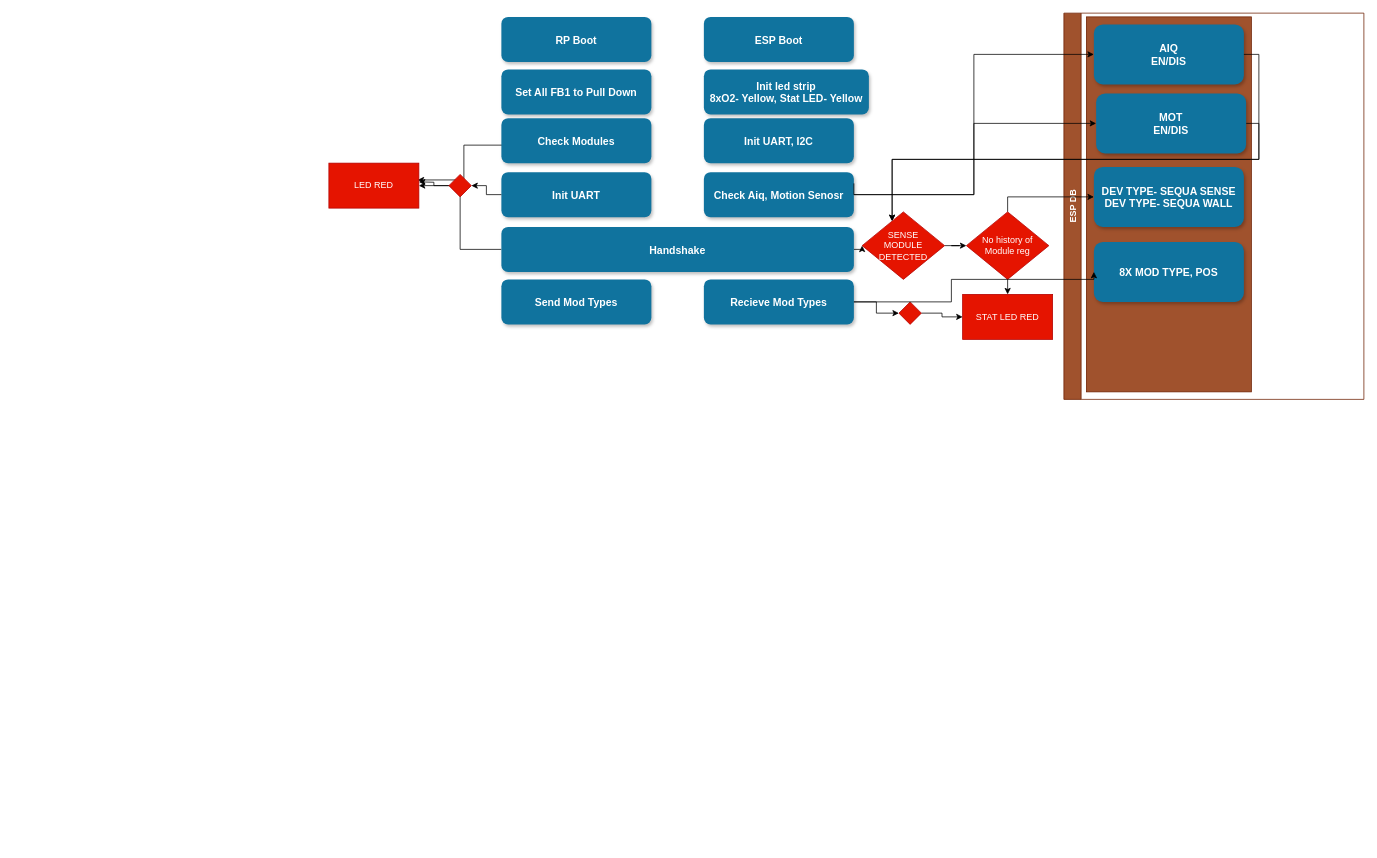
The draw.io diagram page "2-OP_Seq" (2 of 2) of SW_HW_Architecure.drawio in AlwaysHOmeOnline/SmartWallThing, before the edit. Source tidied: cells renumbered, new cells numbered last; positions are measured from the earlier drawing's top-left corner, leaving out a move shared by most shapes. Both pictures are drawn from the tidied source at 75%, with x=0, y=0 at pixel (328, 13).
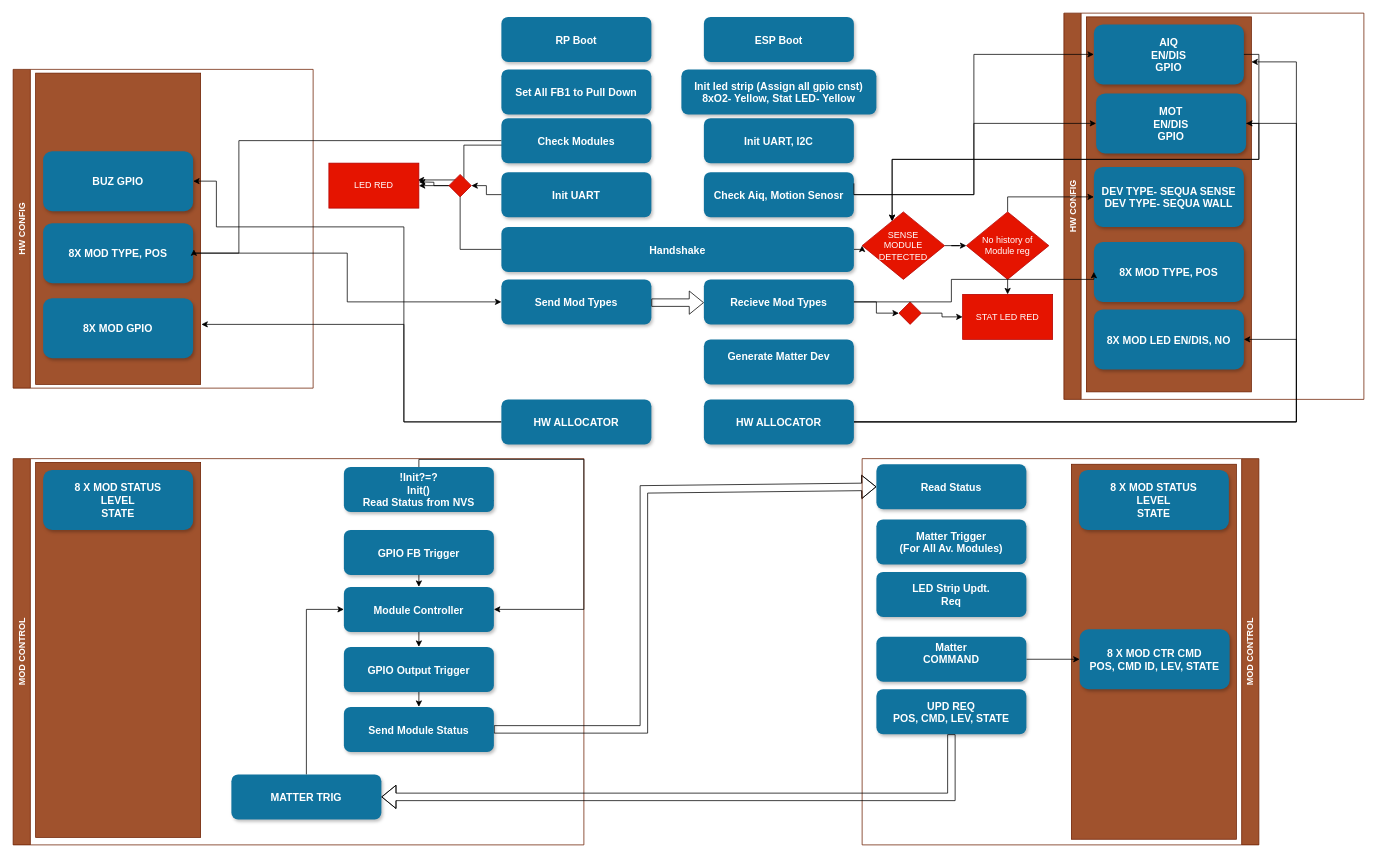
Above is the later version.

Unchanged cells that the change refers to:
```xml
<mxCell id="12" value="Check Modules" style="rounded=1;fillColor=#10739E;strokeColor=none;shadow=1;gradientColor=none;fontStyle=1;fontColor=#FFFFFF;fontSize=14;" parent="1" vertex="1">
  <mxGeometry x="230" y="140" width="200" height="60" as="geometry" />
</mxCell>
<mxCell id="22" value="Send Mod Types" style="rounded=1;fillColor=#10739E;strokeColor=none;shadow=1;gradientColor=none;fontStyle=1;fontColor=#FFFFFF;fontSize=14;" parent="1" vertex="1">
  <mxGeometry x="230" y="355" width="200" height="60" as="geometry" />
</mxCell>
```

What changed in the source:
```diff
@@
-    <mxCell id="13" value="Init led strip&#10;8xO2- Yellow, Stat LED- Yellow" style="rounded=1;fillColor=#10739E;strokeColor=none;shadow=1;gradientColor=none;fontStyle=1;fontColor=#FFFFFF;fontSize=14;" parent="1" vertex="1">
-      <mxGeometry x="500" y="75" width="220" height="60" as="geometry" />
+    <mxCell id="13" value="Init led strip (Assign all gpio cnst)&#10;8xO2- Yellow, Stat LED- Yellow" style="rounded=1;fillColor=#10739E;strokeColor=none;shadow=1;gradientColor=none;fontStyle=1;fontColor=#FFFFFF;fontSize=14;" parent="1" vertex="1">
+      <mxGeometry x="470" y="75" width="260" height="60" as="geometry" />
     </mxCell>
@@
-    <mxCell id="15" value="ESP DB" style="swimlane;horizontal=0;whiteSpace=wrap;html=1;fillColor=#a0522d;strokeColor=#6D1F00;fontColor=#ffffff;" parent="1" vertex="1">
+    <mxCell id="15" value="HW CONFIG" style="swimlane;horizontal=0;whiteSpace=wrap;html=1;fillColor=#a0522d;strokeColor=#6D1F00;fontColor=#ffffff;" parent="1" vertex="1">
       <mxGeometry x="980" width="400" height="515" as="geometry" />
     </mxCell>
@@
-    <mxCell id="17" value="AIQ&#10;EN/DIS" style="rounded=1;fillColor=#10739E;strokeColor=none;shadow=1;gradientColor=none;fontStyle=1;fontColor=#FFFFFF;fontSize=14;" parent="15" vertex="1">
+    <mxCell id="17" value="AIQ&#10;EN/DIS&#10;GPIO" style="rounded=1;fillColor=#10739E;strokeColor=none;shadow=1;gradientColor=none;fontStyle=1;fontColor=#FFFFFF;fontSize=14;" parent="15" vertex="1">
       <mxGeometry x="40" y="15" width="200" height="80" as="geometry" />
     </mxCell>
@@
-    <mxCell id="21" value="MOT&#10;EN/DIS" style="rounded=1;fillColor=#10739E;strokeColor=none;shadow=1;gradientColor=none;fontStyle=1;fontColor=#FFFFFF;fontSize=14;" parent="1" vertex="1">
+    <mxCell id="21" value="MOT&#10;EN/DIS&#10;GPIO" style="rounded=1;fillColor=#10739E;strokeColor=none;shadow=1;gradientColor=none;fontStyle=1;fontColor=#FFFFFF;fontSize=14;" parent="1" vertex="1">
       <mxGeometry x="1023" y="107" width="200" height="80" as="geometry" />
     </mxCell>
@@
+    <mxCell id="40" value="MOD CONTROL" style="swimlane;horizontal=0;whiteSpace=wrap;html=1;fillColor=#a0522d;strokeColor=#6D1F00;fontColor=#ffffff;" parent="1" vertex="1">
+      <mxGeometry x="-421" y="594" width="761" height="515" as="geometry" />
+    </mxCell>
+    <mxCell id="41" style="rounded=0;whiteSpace=wrap;html=1;fillColor=#a0522d;fontColor=#ffffff;strokeColor=#6D1F00;" parent="40" vertex="1">
+      <mxGeometry x="30" y="5" width="220" height="500" as="geometry" />
+    </mxCell>
+    <mxCell id="42" value="8 X MOD STATUS&#10;LEVEL&#10;STATE" style="rounded=1;fillColor=#10739E;strokeColor=none;shadow=1;gradientColor=none;fontStyle=1;fontColor=#FFFFFF;fontSize=14;" parent="40" vertex="1">
+      <mxGeometry x="40" y="15" width="200" height="80" as="geometry" />
+    </mxCell>
+    <mxCell id="43" value="GPIO FB Trigger" style="rounded=1;fillColor=#10739E;strokeColor=none;shadow=1;gradientColor=none;fontStyle=1;fontColor=#FFFFFF;fontSize=14;" parent="40" vertex="1">
+      <mxGeometry x="441" y="95" width="200" height="60" as="geometry" />
+    </mxCell>
+    <mxCell id="44" value="MATTER TRIG" style="rounded=1;fillColor=#10739E;strokeColor=none;shadow=1;gradientColor=none;fontStyle=1;fontColor=#FFFFFF;fontSize=14;" parent="40" vertex="1">
+      <mxGeometry x="291" y="421" width="200" height="60" as="geometry" />
+    </mxCell>
+    <mxCell id="45" style="edgeStyle=orthogonalEdgeStyle;rounded=0;jettySize=auto;html=1;exitX=1;exitY=0.75;exitDx=0;exitDy=0;entryX=1;entryY=0.5;entryDx=0;entryDy=0;" parent="1" edge="1" source="46" target="78">
+      <mxGeometry relative="1" as="geometry">
+        <Array as="points">
+          <mxPoint x="120" y="650" />
+          <mxPoint x="120" y="595" />
+          <mxPoint x="340" y="595" />
+          <mxPoint x="340" y="795" />
+        </Array>
+      </mxGeometry>
+    </mxCell>
+    <mxCell id="46" value="!Init?=?&#10;Init()&#10;Read Status from NVS" style="rounded=1;fillColor=#10739E;strokeColor=none;shadow=1;gradientColor=none;fontStyle=1;fontColor=#FFFFFF;fontSize=14;" parent="1" vertex="1">
+      <mxGeometry x="20" y="605" width="200" height="60" as="geometry" />
+    </mxCell>
+    <mxCell id="47" value="HW CONFIG" style="swimlane;horizontal=0;whiteSpace=wrap;html=1;fillColor=#a0522d;strokeColor=#6D1F00;fontColor=#ffffff;" parent="1" vertex="1">
+      <mxGeometry x="-421" y="75" width="400" height="425" as="geometry" />
+    </mxCell>
+    <mxCell id="48" style="rounded=0;whiteSpace=wrap;html=1;fillColor=#a0522d;fontColor=#ffffff;strokeColor=#6D1F00;" parent="47" vertex="1">
+      <mxGeometry x="30" y="5" width="220" height="415" as="geometry" />
+    </mxCell>
+    <mxCell id="49" value="BUZ GPIO" style="rounded=1;fillColor=#10739E;strokeColor=none;shadow=1;gradientColor=none;fontStyle=1;fontColor=#FFFFFF;fontSize=14;" parent="47" vertex="1">
+      <mxGeometry x="40" y="109" width="200" height="80" as="geometry" />
+    </mxCell>
+    <mxCell id="50" value="8X MOD TYPE, POS" style="rounded=1;fillColor=#10739E;strokeColor=none;shadow=1;gradientColor=none;fontStyle=1;fontColor=#FFFFFF;fontSize=14;" parent="47" vertex="1">
+      <mxGeometry x="40" y="205" width="200" height="80" as="geometry" />
+    </mxCell>
+    <mxCell id="51" value="8X MOD GPIO" style="rounded=1;fillColor=#10739E;strokeColor=none;shadow=1;gradientColor=none;fontStyle=1;fontColor=#FFFFFF;fontSize=14;" parent="47" vertex="1">
+      <mxGeometry x="40" y="305" width="200" height="80" as="geometry" />
+    </mxCell>
+    <mxCell id="52" style="edgeStyle=orthogonalEdgeStyle;rounded=0;jettySize=auto;html=1;" parent="47" edge="1" source="12">
+      <mxGeometry relative="1" as="geometry">
+        <mxPoint x="241" y="240" as="targetPoint" />
+        <Array as="points">
+          <mxPoint x="301" y="95" />
+          <mxPoint x="301" y="245" />
+        </Array>
+      </mxGeometry>
+    </mxCell>
+    <mxCell id="53" style="edgeStyle=orthogonalEdgeStyle;rounded=0;jettySize=auto;html=1;exitX=0;exitY=0.5;exitDx=0;exitDy=0;" parent="1" edge="1" source="55">
+      <mxGeometry relative="1" as="geometry">
+        <mxPoint x="-170" y="415" as="targetPoint" />
+        <Array as="points">
+          <mxPoint x="100" y="545" />
+          <mxPoint x="100" y="415" />
+        </Array>
+      </mxGeometry>
+    </mxCell>
+    <mxCell id="54" style="edgeStyle=orthogonalEdgeStyle;rounded=0;jettySize=auto;html=1;exitX=0;exitY=0.5;exitDx=0;exitDy=0;entryX=1;entryY=0.5;entryDx=0;entryDy=0;" parent="1" edge="1" source="55" target="49">
+      <mxGeometry relative="1" as="geometry">
+        <Array as="points">
+          <mxPoint x="100" y="545" />
+          <mxPoint x="100" y="285" />
+          <mxPoint x="-150" y="285" />
+          <mxPoint x="-150" y="224" />
+        </Array>
+      </mxGeometry>
+    </mxCell>
+    <mxCell id="55" value="HW ALLOCATOR" style="rounded=1;fillColor=#10739E;strokeColor=none;shadow=1;gradientColor=none;fontStyle=1;fontColor=#FFFFFF;fontSize=14;" parent="1" vertex="1">
+      <mxGeometry x="230" y="515" width="200" height="60" as="geometry" />
+    </mxCell>
+    <mxCell id="56" style="edgeStyle=orthogonalEdgeStyle;rounded=0;jettySize=auto;html=1;exitX=1;exitY=0.5;exitDx=0;exitDy=0;" parent="1" edge="1" source="59">
+      <mxGeometry relative="1" as="geometry">
+        <mxPoint x="1230" y="65" as="targetPoint" />
+        <Array as="points">
+          <mxPoint x="1290" y="545" />
+          <mxPoint x="1290" y="65" />
+        </Array>
+      </mxGeometry>
+    </mxCell>
+    <mxCell id="57" style="edgeStyle=orthogonalEdgeStyle;rounded=0;jettySize=auto;html=1;exitX=1;exitY=0.5;exitDx=0;exitDy=0;entryX=1;entryY=0.5;entryDx=0;entryDy=0;" parent="1" edge="1" source="59" target="21">
+      <mxGeometry relative="1" as="geometry">
+        <Array as="points">
+          <mxPoint x="1290" y="545" />
+          <mxPoint x="1290" y="147" />
+        </Array>
+      </mxGeometry>
+    </mxCell>
+    <mxCell id="58" style="edgeStyle=orthogonalEdgeStyle;rounded=0;jettySize=auto;html=1;exitX=1;exitY=0.5;exitDx=0;exitDy=0;entryX=1;entryY=0.5;entryDx=0;entryDy=0;" parent="1" edge="1" source="59" target="63">
+      <mxGeometry relative="1" as="geometry">
+        <Array as="points">
+          <mxPoint x="1290" y="545" />
+          <mxPoint x="1290" y="435" />
+        </Array>
+      </mxGeometry>
+    </mxCell>
+    <mxCell id="59" value="HW ALLOCATOR" style="rounded=1;fillColor=#10739E;strokeColor=none;shadow=1;gradientColor=none;fontStyle=1;fontColor=#FFFFFF;fontSize=14;" parent="1" vertex="1">
+      <mxGeometry x="500" y="515" width="200" height="60" as="geometry" />
+    </mxCell>
+    <mxCell id="60" style="edgeStyle=orthogonalEdgeStyle;rounded=0;jettySize=auto;html=1;exitX=1;exitY=0.5;exitDx=0;exitDy=0;entryX=0;entryY=0.5;entryDx=0;entryDy=0;" parent="1" edge="1" source="50" target="22">
+      <mxGeometry relative="1" as="geometry" />
+    </mxCell>
+    <mxCell id="61" style="shape=flexArrow;endArrow=classic;html=1;rounded=0;entryX=0;entryY=0.5;entryDx=0;entryDy=0;exitX=1;exitY=0.5;exitDx=0;exitDy=0;" parent="1" edge="1" source="75" target="69">
+      <mxGeometry relative="1" as="geometry">
+        <Array as="points">
+          <mxPoint x="420" y="955" />
+          <mxPoint x="420" y="635" />
+        </Array>
+      </mxGeometry>
+    </mxCell>
+    <mxCell id="62" style="shape=flexArrow;endArrow=classic;html=1;rounded=0;entryX=0;entryY=0.5;entryDx=0;entryDy=0;" parent="1" edge="1">
+      <mxGeometry relative="1" as="geometry">
+        <mxPoint x="430" y="386" as="sourcePoint" />
+        <mxPoint x="500" y="386" as="targetPoint" />
+      </mxGeometry>
+    </mxCell>
+    <mxCell id="63" value="8X MOD LED EN/DIS, NO" style="rounded=1;fillColor=#10739E;strokeColor=none;shadow=1;gradientColor=none;fontStyle=1;fontColor=#FFFFFF;fontSize=14;" parent="1" vertex="1">
+      <mxGeometry x="1020" y="395" width="200" height="80" as="geometry" />
+    </mxCell>
+    <mxCell id="64" value="Generate Matter Dev&#10;" style="rounded=1;fillColor=#10739E;strokeColor=none;shadow=1;gradientColor=none;fontStyle=1;fontColor=#FFFFFF;fontSize=14;" parent="1" vertex="1">
+      <mxGeometry x="500" y="435" width="200" height="60" as="geometry" />
+    </mxCell>
+    <mxCell id="65" value="MOD CONTROL" style="swimlane;horizontal=0;whiteSpace=wrap;html=1;fillColor=#a0522d;strokeColor=#6D1F00;fontColor=#ffffff;direction=west;" parent="1" vertex="1">
+      <mxGeometry x="711" y="594" width="529" height="515" as="geometry" />
+    </mxCell>
+    <mxCell id="66" style="rounded=0;whiteSpace=wrap;html=1;fillColor=#a0522d;fontColor=#ffffff;strokeColor=#6D1F00;" parent="65" vertex="1">
+      <mxGeometry x="279" y="7.5" width="220" height="500" as="geometry" />
+    </mxCell>
+    <mxCell id="67" value="8 X MOD STATUS&#10;LEVEL&#10;STATE" style="rounded=1;fillColor=#10739E;strokeColor=none;shadow=1;gradientColor=none;fontStyle=1;fontColor=#FFFFFF;fontSize=14;" parent="65" vertex="1">
+      <mxGeometry x="289" y="15" width="200" height="80" as="geometry" />
+    </mxCell>
+    <mxCell id="68" value="Matter Trigger&#10;(For All Av. Modules)" style="rounded=1;fillColor=#10739E;strokeColor=none;shadow=1;gradientColor=none;fontStyle=1;fontColor=#FFFFFF;fontSize=14;" parent="65" vertex="1">
+      <mxGeometry x="19" y="81" width="200" height="60" as="geometry" />
+    </mxCell>
+    <mxCell id="69" value="Read Status" style="rounded=1;fillColor=#10739E;strokeColor=none;shadow=1;gradientColor=none;fontStyle=1;fontColor=#FFFFFF;fontSize=14;" parent="65" vertex="1">
+      <mxGeometry x="19" y="7.5" width="200" height="60" as="geometry" />
+    </mxCell>
+    <mxCell id="70" style="edgeStyle=orthogonalEdgeStyle;rounded=0;jettySize=auto;html=1;exitX=1;exitY=0.5;exitDx=0;exitDy=0;entryX=0;entryY=0.5;entryDx=0;entryDy=0;" parent="65" edge="1" source="71" target="72">
+      <mxGeometry relative="1" as="geometry" />
+    </mxCell>
+    <mxCell id="71" value="Matter&#10;COMMAND&#10;" style="rounded=1;fillColor=#10739E;strokeColor=none;shadow=1;gradientColor=none;fontStyle=1;fontColor=#FFFFFF;fontSize=14;" parent="65" vertex="1">
+      <mxGeometry x="19" y="237.5" width="200" height="60" as="geometry" />
+    </mxCell>
+    <mxCell id="72" value="8 X MOD CTR CMD&#10;POS, CMD ID, LEV, STATE" style="rounded=1;fillColor=#10739E;strokeColor=none;shadow=1;gradientColor=none;fontStyle=1;fontColor=#FFFFFF;fontSize=14;" parent="65" vertex="1">
+      <mxGeometry x="290" y="227.5" width="200" height="80" as="geometry" />
+    </mxCell>
+    <mxCell id="73" value="UPD REQ&#10;POS, CMD, LEV, STATE" style="rounded=1;fillColor=#10739E;strokeColor=none;shadow=1;gradientColor=none;fontStyle=1;fontColor=#FFFFFF;fontSize=14;" parent="65" vertex="1">
+      <mxGeometry x="19" y="307.5" width="200" height="60" as="geometry" />
+    </mxCell>
+    <mxCell id="74" value="LED Strip Updt.&#10;Req" style="rounded=1;fillColor=#10739E;strokeColor=none;shadow=1;gradientColor=none;fontStyle=1;fontColor=#FFFFFF;fontSize=14;" parent="65" vertex="1">
+      <mxGeometry x="19" y="151" width="200" height="60" as="geometry" />
+    </mxCell>
+    <mxCell id="75" value="Send Module Status" style="rounded=1;fillColor=#10739E;strokeColor=none;shadow=1;gradientColor=none;fontStyle=1;fontColor=#FFFFFF;fontSize=14;" parent="1" vertex="1">
+      <mxGeometry x="20" y="925" width="200" height="60" as="geometry" />
+    </mxCell>
+    <mxCell id="76" style="edgeStyle=orthogonalEdgeStyle;rounded=0;jettySize=auto;html=1;exitX=0.5;exitY=1;exitDx=0;exitDy=0;entryX=0.5;entryY=0;entryDx=0;entryDy=0;" parent="1" edge="1" source="43" target="78">
+      <mxGeometry relative="1" as="geometry" />
+    </mxCell>
+    <mxCell id="77" style="edgeStyle=orthogonalEdgeStyle;rounded=0;jettySize=auto;html=1;exitX=0.5;exitY=1;exitDx=0;exitDy=0;entryX=0.5;entryY=0;entryDx=0;entryDy=0;" parent="1" edge="1" source="78" target="80">
+      <mxGeometry relative="1" as="geometry" />
+    </mxCell>
+    <mxCell id="78" value="Module Controller" style="rounded=1;fillColor=#10739E;strokeColor=none;shadow=1;gradientColor=none;fontStyle=1;fontColor=#FFFFFF;fontSize=14;" parent="1" vertex="1">
+      <mxGeometry x="20" y="765" width="200" height="60" as="geometry" />
+    </mxCell>
+    <mxCell id="79" style="edgeStyle=orthogonalEdgeStyle;rounded=0;jettySize=auto;html=1;exitX=0.5;exitY=1;exitDx=0;exitDy=0;entryX=0.5;entryY=0;entryDx=0;entryDy=0;" parent="1" edge="1" source="80" target="75">
+      <mxGeometry relative="1" as="geometry" />
+    </mxCell>
+    <mxCell id="80" value="GPIO Output Trigger" style="rounded=1;fillColor=#10739E;strokeColor=none;shadow=1;gradientColor=none;fontStyle=1;fontColor=#FFFFFF;fontSize=14;" parent="1" vertex="1">
+      <mxGeometry x="20" y="845" width="200" height="60" as="geometry" />
+    </mxCell>
+    <mxCell id="81" style="edgeStyle=orthogonalEdgeStyle;rounded=0;jettySize=auto;html=1;exitX=0.5;exitY=0;exitDx=0;exitDy=0;entryX=0;entryY=0.5;entryDx=0;entryDy=0;" parent="1" edge="1" source="44" target="78">
+      <mxGeometry relative="1" as="geometry" />
+    </mxCell>
+    <mxCell id="82" style="shape=flexArrow;endArrow=classic;html=1;rounded=0;entryX=1;entryY=0.5;entryDx=0;entryDy=0;exitX=0.5;exitY=1;exitDx=0;exitDy=0;" parent="1" edge="1" source="73" target="44">
+      <mxGeometry relative="1" as="geometry">
+        <Array as="points">
+          <mxPoint x="830" y="1045" />
+        </Array>
+      </mxGeometry>
+    </mxCell>
```
